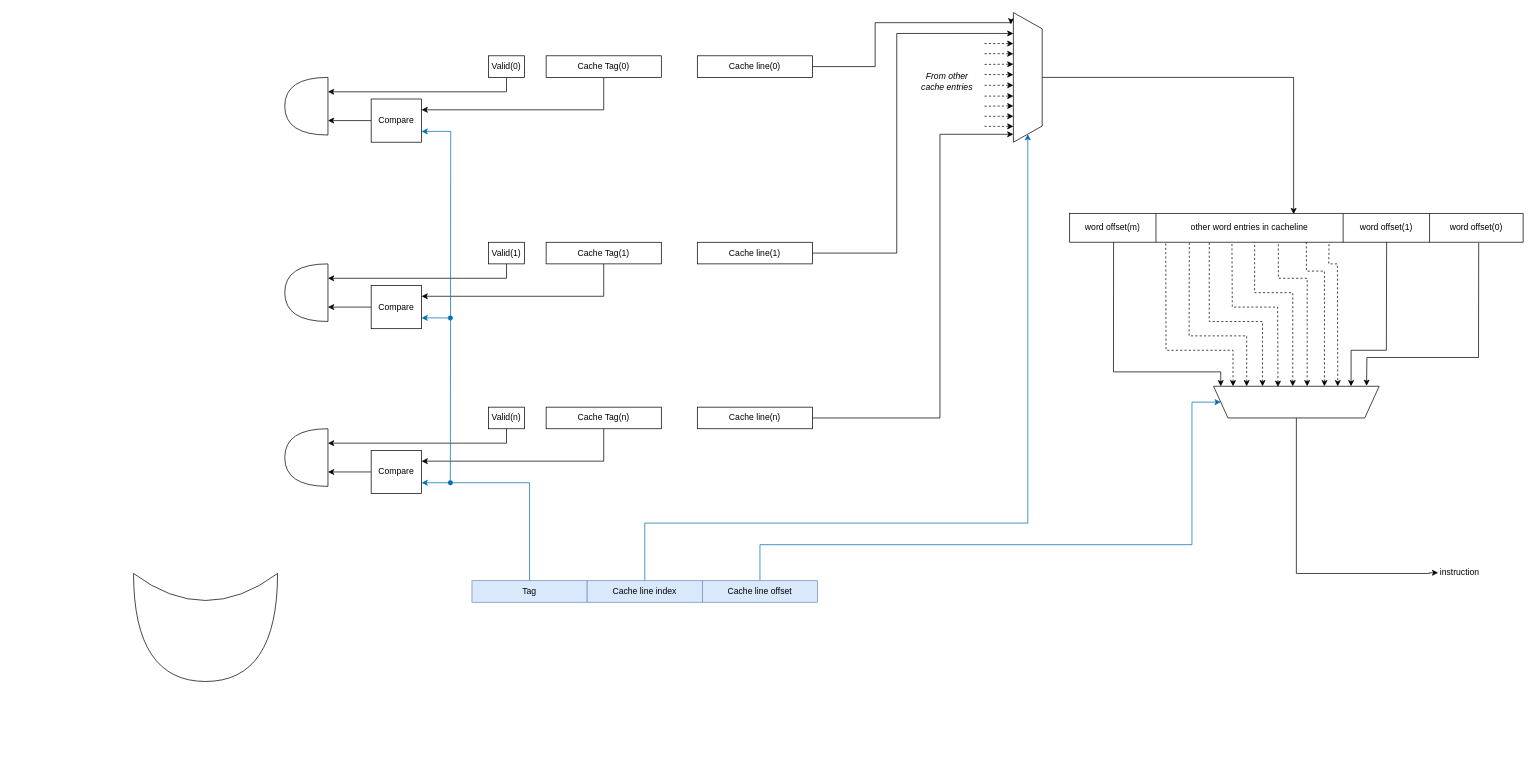
The draw.io diagram Circuit_Drawings/New Circuit.drawio in Kaveesha-98/065-538-720-GNC, before the edit. Source tidied: cells renumbered, new cells numbered last; positions are measured from the earlier drawing's top-left corner, leaving out a move shared by most shapes. Both pictures are drawn from the tidied source at 72%, with x=0, y=0 at pixel (133, 12).
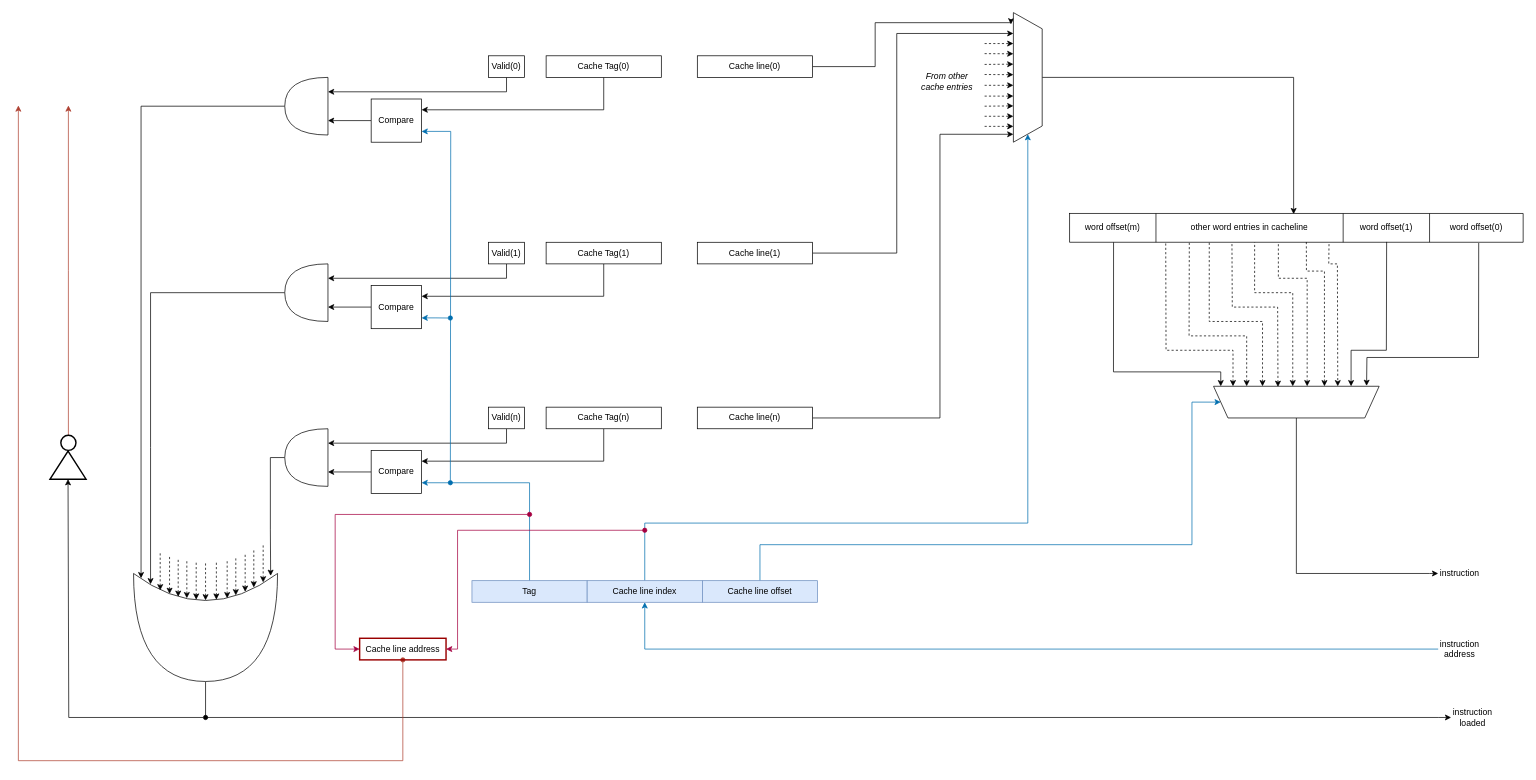
After the change.

The change refers to these unchanged cells:
```xml
<mxCell id="5" value="Cache line index" style="rounded=0;whiteSpace=wrap;html=1;fillColor=#dae8fc;strokeColor=#6c8ebf;" parent="1" vertex="1">
  <mxGeometry x="630" y="789" width="160" height="30" as="geometry" />
</mxCell>
<mxCell id="16" style="shape=or;whiteSpace=wrap;html=1;direction=west;" parent="1" vertex="1">
  <mxGeometry x="210" y="578" width="60" height="80" as="geometry" />
</mxCell>
<mxCell id="26" style="shape=or;whiteSpace=wrap;html=1;direction=west;" parent="1" vertex="1">
  <mxGeometry x="210" y="349" width="60" height="80" as="geometry" />
</mxCell>
<mxCell id="36" style="shape=or;whiteSpace=wrap;html=1;direction=west;" parent="1" vertex="1">
  <mxGeometry x="210" y="90" width="60" height="80" as="geometry" />
</mxCell>
<mxCell id="69" style="shape=xor;whiteSpace=wrap;html=1;direction=south;" parent="1" vertex="1">
  <mxGeometry y="779" width="200" height="150" as="geometry" />
</mxCell>
```

Change to the diagram source:
```diff
@@
+    <mxCell id="70" style="edgeStyle=orthogonalEdgeStyle;rounded=0;jettySize=auto;html=1;exitX=0.5;exitY=1;exitDx=0;exitDy=0;startArrow=classic;startFill=1;endArrow=none;endFill=0;strokeWidth=1;fillColor=#1ba1e2;strokeColor=#006EAF;" parent="1" edge="1" source="5" target="88">
+      <mxGeometry relative="1" as="geometry">
+        <Array as="points">
+          <mxPoint x="710" y="884" />
+        </Array>
+      </mxGeometry>
+    </mxCell>
@@
+    <mxCell id="71" style="edgeStyle=orthogonalEdgeStyle;rounded=0;jettySize=auto;html=1;exitX=1;exitY=0.5;exitDx=0;exitDy=0;exitPerimeter=0;entryX=0.022;entryY=0.048;entryDx=0;entryDy=0;entryPerimeter=0;" parent="1" edge="1" source="16" target="69">
+      <mxGeometry relative="1" as="geometry" />
+    </mxCell>
@@
+    <mxCell id="72" style="edgeStyle=orthogonalEdgeStyle;rounded=0;jettySize=auto;html=1;exitX=1;exitY=0.5;exitDx=0;exitDy=0;exitPerimeter=0;entryX=0.1;entryY=0.882;entryDx=0;entryDy=0;entryPerimeter=0;" parent="1" edge="1" source="26" target="69">
+      <mxGeometry relative="1" as="geometry" />
+    </mxCell>
@@
+    <mxCell id="73" style="edgeStyle=orthogonalEdgeStyle;rounded=0;jettySize=auto;html=1;exitX=1;exitY=0.5;exitDx=0;exitDy=0;exitPerimeter=0;entryX=0.044;entryY=0.948;entryDx=0;entryDy=0;entryPerimeter=0;" parent="1" edge="1" source="36" target="69">
+      <mxGeometry relative="1" as="geometry" />
+    </mxCell>
@@
     <mxCell id="68" value="instruction" style="text;html=1;strokeColor=none;fillColor=none;align=center;verticalAlign=middle;whiteSpace=wrap;rounded=0;" parent="1" vertex="1">
-      <mxGeometry x="1812" y="763" width="60" height="30" as="geometry" />
+      <mxGeometry x="1812" y="764" width="60" height="30" as="geometry" />
     </mxCell>
+    <mxCell id="74" style="edgeStyle=orthogonalEdgeStyle;rounded=0;jettySize=auto;html=1;exitX=1;exitY=0.5;exitDx=0;exitDy=0;exitPerimeter=0;entryX=0;entryY=0.5;entryDx=0;entryDy=0;startArrow=none;startFill=0;endArrow=classic;endFill=1;strokeWidth=1;fillColor=#1ba1e2;strokeColor=#000000;" parent="1" edge="1" source="69" target="87">
+      <mxGeometry relative="1" as="geometry">
+        <Array as="points">
+          <mxPoint x="100" y="979" />
+          <mxPoint x="1812" y="979" />
+        </Array>
+      </mxGeometry>
+    </mxCell>
@@
+    <mxCell id="75" style="endArrow=none;dashed=1;html=1;rounded=0;exitX=0.156;exitY=0.815;exitDx=0;exitDy=0;exitPerimeter=0;strokeWidth=1;endFill=0;startArrow=classic;startFill=1;" parent="1" edge="1" source="69">
+      <mxGeometry relative="1" as="geometry">
+        <mxPoint x="37" y="749" as="targetPoint" />
+      </mxGeometry>
+    </mxCell>
+    <mxCell id="76" style="endArrow=none;dashed=1;html=1;rounded=0;exitX=0.156;exitY=0.815;exitDx=0;exitDy=0;exitPerimeter=0;strokeWidth=1;endFill=0;startArrow=classic;startFill=1;" parent="1" edge="1">
+      <mxGeometry relative="1" as="geometry">
+        <mxPoint x="50" y="807.4" as="sourcePoint" />
+        <mxPoint x="50" y="754" as="targetPoint" />
+      </mxGeometry>
+    </mxCell>
+    <mxCell id="77" style="endArrow=none;dashed=1;html=1;rounded=0;exitX=0.156;exitY=0.815;exitDx=0;exitDy=0;exitPerimeter=0;strokeWidth=1;endFill=0;startArrow=classic;startFill=1;" parent="1" edge="1">
+      <mxGeometry relative="1" as="geometry">
+        <mxPoint x="62" y="811.4" as="sourcePoint" />
+        <mxPoint x="62" y="758" as="targetPoint" />
+      </mxGeometry>
+    </mxCell>
+    <mxCell id="78" style="endArrow=none;dashed=1;html=1;rounded=0;exitX=0.156;exitY=0.815;exitDx=0;exitDy=0;exitPerimeter=0;strokeWidth=1;endFill=0;startArrow=classic;startFill=1;" parent="1" edge="1">
+      <mxGeometry relative="1" as="geometry">
+        <mxPoint x="74" y="813.4" as="sourcePoint" />
+        <mxPoint x="74" y="760" as="targetPoint" />
+      </mxGeometry>
+    </mxCell>
+    <mxCell id="79" style="endArrow=none;dashed=1;html=1;rounded=0;exitX=0.156;exitY=0.815;exitDx=0;exitDy=0;exitPerimeter=0;strokeWidth=1;endFill=0;startArrow=classic;startFill=1;" parent="1" edge="1">
+      <mxGeometry relative="1" as="geometry">
+        <mxPoint x="87" y="815.4" as="sourcePoint" />
+        <mxPoint x="87" y="762" as="targetPoint" />
+      </mxGeometry>
+    </mxCell>
+    <mxCell id="80" style="endArrow=none;dashed=1;html=1;rounded=0;exitX=0.156;exitY=0.815;exitDx=0;exitDy=0;exitPerimeter=0;strokeWidth=1;endFill=0;startArrow=classic;startFill=1;" parent="1" edge="1">
+      <mxGeometry relative="1" as="geometry">
+        <mxPoint x="100" y="816.4" as="sourcePoint" />
+        <mxPoint x="100" y="763" as="targetPoint" />
+      </mxGeometry>
+    </mxCell>
+    <mxCell id="81" style="endArrow=none;dashed=1;html=1;rounded=0;exitX=0.156;exitY=0.815;exitDx=0;exitDy=0;exitPerimeter=0;strokeWidth=1;endFill=0;startArrow=classic;startFill=1;" parent="1" edge="1">
+      <mxGeometry relative="1" as="geometry">
+        <mxPoint x="115" y="815.4" as="sourcePoint" />
+        <mxPoint x="115" y="762" as="targetPoint" />
+      </mxGeometry>
+    </mxCell>
+    <mxCell id="82" style="endArrow=none;dashed=1;html=1;rounded=0;exitX=0.156;exitY=0.815;exitDx=0;exitDy=0;exitPerimeter=0;strokeWidth=1;endFill=0;startArrow=classic;startFill=1;" parent="1" edge="1">
+      <mxGeometry relative="1" as="geometry">
+        <mxPoint x="130" y="813.4" as="sourcePoint" />
+        <mxPoint x="130" y="760" as="targetPoint" />
+      </mxGeometry>
+    </mxCell>
+    <mxCell id="83" style="endArrow=none;dashed=1;html=1;rounded=0;exitX=0.156;exitY=0.815;exitDx=0;exitDy=0;exitPerimeter=0;strokeWidth=1;endFill=0;startArrow=classic;startFill=1;" parent="1" edge="1">
+      <mxGeometry relative="1" as="geometry">
+        <mxPoint x="142" y="809.4" as="sourcePoint" />
+        <mxPoint x="142" y="756" as="targetPoint" />
+      </mxGeometry>
+    </mxCell>
+    <mxCell id="84" style="endArrow=none;dashed=1;html=1;rounded=0;exitX=0.156;exitY=0.815;exitDx=0;exitDy=0;exitPerimeter=0;strokeWidth=1;endFill=0;startArrow=classic;startFill=1;" parent="1" edge="1">
+      <mxGeometry relative="1" as="geometry">
+        <mxPoint x="155" y="804.4" as="sourcePoint" />
+        <mxPoint x="155" y="751" as="targetPoint" />
+      </mxGeometry>
+    </mxCell>
+    <mxCell id="85" style="endArrow=none;dashed=1;html=1;rounded=0;exitX=0.156;exitY=0.815;exitDx=0;exitDy=0;exitPerimeter=0;strokeWidth=1;endFill=0;startArrow=classic;startFill=1;" parent="1" edge="1">
+      <mxGeometry relative="1" as="geometry">
+        <mxPoint x="167" y="798.4" as="sourcePoint" />
+        <mxPoint x="167" y="745" as="targetPoint" />
+      </mxGeometry>
+    </mxCell>
+    <mxCell id="86" style="endArrow=none;dashed=1;html=1;rounded=0;exitX=0.156;exitY=0.815;exitDx=0;exitDy=0;exitPerimeter=0;strokeWidth=1;endFill=0;startArrow=classic;startFill=1;" parent="1" edge="1">
+      <mxGeometry relative="1" as="geometry">
+        <mxPoint x="180" y="791.4" as="sourcePoint" />
+        <mxPoint x="180" y="738" as="targetPoint" />
+      </mxGeometry>
+    </mxCell>
+    <mxCell id="87" value="instruction loaded" style="text;html=1;strokeColor=none;fillColor=none;align=center;verticalAlign=middle;whiteSpace=wrap;rounded=0;" parent="1" vertex="1">
+      <mxGeometry x="1830" y="964" width="60" height="30" as="geometry" />
+    </mxCell>
+    <mxCell id="88" value="instruction address" style="text;html=1;strokeColor=none;fillColor=none;align=center;verticalAlign=middle;whiteSpace=wrap;rounded=0;" parent="1" vertex="1">
+      <mxGeometry x="1812" y="869" width="60" height="30" as="geometry" />
+    </mxCell>
+    <mxCell id="89" style="endArrow=classic;html=1;rounded=0;strokeColor=#A50040;strokeWidth=1;fillColor=#d80073;startArrow=oval;startFill=1;entryX=1;entryY=0.5;entryDx=0;entryDy=0;" parent="1" edge="1" target="92">
+      <mxGeometry relative="1" as="geometry">
+        <mxPoint x="710" y="719" as="sourcePoint" />
+        <Array as="points">
+          <mxPoint x="450" y="719" />
+          <mxPoint x="450" y="884" />
+        </Array>
+      </mxGeometry>
+    </mxCell>
+    <mxCell id="90" style="endArrow=classic;html=1;rounded=0;strokeColor=#A50040;strokeWidth=1;fillColor=#d80073;startArrow=oval;startFill=1;entryX=0;entryY=0.5;entryDx=0;entryDy=0;" parent="1" edge="1" target="92">
+      <mxGeometry relative="1" as="geometry">
+        <mxPoint x="550" y="697" as="sourcePoint" />
+        <Array as="points">
+          <mxPoint x="280" y="697" />
+          <mxPoint x="280" y="884" />
+        </Array>
+      </mxGeometry>
+    </mxCell>
+    <mxCell id="91" style="edgeStyle=orthogonalEdgeStyle;rounded=0;jettySize=auto;html=1;exitX=0.5;exitY=1;exitDx=0;exitDy=0;startArrow=oval;startFill=1;endArrow=classic;endFill=1;strokeColor=#ae4132;strokeWidth=1;fillColor=#fad9d5;" parent="1" edge="1" source="92">
+      <mxGeometry relative="1" as="geometry">
+        <mxPoint x="-160" y="129" as="targetPoint" />
+        <Array as="points">
+          <mxPoint x="374" y="1039" />
+          <mxPoint x="-160" y="1039" />
+        </Array>
+      </mxGeometry>
+    </mxCell>
+    <mxCell id="92" value="Cache line address" style="rounded=0;whiteSpace=wrap;html=1;fillColor=none;strokeColor=#990000;strokeWidth=2;" parent="1" vertex="1">
+      <mxGeometry x="314" y="869" width="120" height="30" as="geometry" />
+    </mxCell>
+    <mxCell id="93" style="endArrow=classic;html=1;rounded=0;strokeColor=#000000;strokeWidth=1;startArrow=oval;startFill=1;entryX=0;entryY=0.5;entryDx=0;entryDy=0;" parent="1" edge="1" target="94">
+      <mxGeometry relative="1" as="geometry">
+        <mxPoint x="100" y="979" as="sourcePoint" />
+        <Array as="points">
+          <mxPoint x="-90" y="979" />
+        </Array>
+      </mxGeometry>
+    </mxCell>
+    <mxCell id="94" style="triangle;whiteSpace=wrap;html=1;strokeColor=#000000;strokeWidth=2;fillColor=none;direction=north;" parent="1" vertex="1">
+      <mxGeometry x="-116" y="609" width="50" height="39" as="geometry" />
+    </mxCell>
+    <mxCell id="95" style="edgeStyle=orthogonalEdgeStyle;rounded=0;jettySize=auto;html=1;exitX=0.5;exitY=0;exitDx=0;exitDy=0;startArrow=none;startFill=0;endArrow=classic;endFill=1;strokeColor=#ae4132;strokeWidth=1;fillColor=#fad9d5;" parent="1" edge="1" source="96">
+      <mxGeometry relative="1" as="geometry">
+        <mxPoint x="-90.5" y="129" as="targetPoint" />
+      </mxGeometry>
+    </mxCell>
+    <mxCell id="96" style="ellipse;whiteSpace=wrap;html=1;strokeColor=#000000;strokeWidth=2;fillColor=none;" parent="1" vertex="1">
+      <mxGeometry x="-101" y="587" width="21" height="21" as="geometry" />
+    </mxCell>
```
